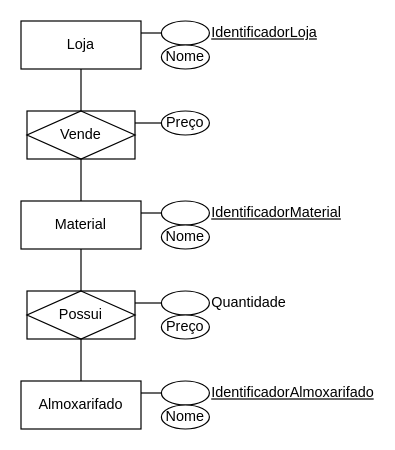
Before: page "Diagrama entidade-relacionamento" (2 of 3) of modelagem/Arquitetura do banco.drawio in MatheusHenrickSantos/SIGMA-UnB, a draw.io diagram. Source tidied: cells renumbered, new cells numbered last; positions are measured from the earlier drawing's top-left corner, leaving out a move shared by most shapes. Both pictures are drawn from the tidied source at 120%, with x=0, y=0 at pixel (20, 20).
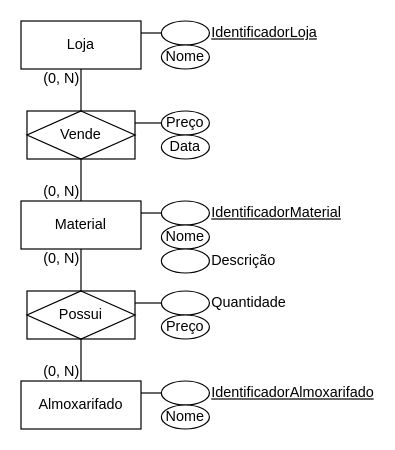
The same page after the edit.

Unchanged cells that the change refers to:
```xml
<mxCell id="2" value="Material" style="whiteSpace=wrap;html=1;align=center;" parent="1" vertex="1">
  <mxGeometry y="150" width="100" height="40" as="geometry" />
</mxCell>
<mxCell id="5" value="Almoxarifado" style="whiteSpace=wrap;html=1;align=center;" parent="1" vertex="1">
  <mxGeometry y="300" width="100" height="40" as="geometry" />
</mxCell>
<mxCell id="13" value="Vende" style="shape=associativeEntity;whiteSpace=wrap;html=1;align=center;" parent="1" vertex="1">
  <mxGeometry x="5" y="75" width="90" height="40" as="geometry" />
</mxCell>
<mxCell id="14" value="Loja" style="whiteSpace=wrap;html=1;align=center;" parent="1" vertex="1">
  <mxGeometry width="100" height="40" as="geometry" />
</mxCell>
<mxCell id="21" value="Possui" style="shape=associativeEntity;whiteSpace=wrap;html=1;align=center;" parent="1" vertex="1">
  <mxGeometry x="5" y="225" width="90" height="40" as="geometry" />
</mxCell>
```

The edit, as a diff of the source:
```diff
@@
-    <mxCell id="11" style="rounded=0;jettySize=auto;html=1;exitX=0.5;exitY=1;exitDx=0;exitDy=0;entryX=0.5;entryY=0;entryDx=0;entryDy=0;endArrow=none;endFill=0;" parent="1" edge="1" source="21" target="5">
-      <mxGeometry relative="1" as="geometry" />
-    </mxCell>
-    <mxCell id="12" style="rounded=0;jettySize=auto;html=1;exitX=0.5;exitY=0;exitDx=0;exitDy=0;entryX=0.5;entryY=1;entryDx=0;entryDy=0;endArrow=none;endFill=0;" parent="1" edge="1" source="21" target="2">
-      <mxGeometry relative="1" as="geometry" />
-    </mxCell>
@@
-    <mxCell id="15" style="rounded=0;jettySize=auto;html=1;exitX=0.5;exitY=1;exitDx=0;exitDy=0;entryX=0.5;entryY=0;entryDx=0;entryDy=0;endArrow=none;endFill=0;" parent="1" edge="1" source="14" target="13">
-      <mxGeometry relative="1" as="geometry" />
-    </mxCell>
-    <mxCell id="16" style="rounded=0;jettySize=auto;html=1;exitX=0.5;exitY=1;exitDx=0;exitDy=0;entryX=0.5;entryY=0;entryDx=0;entryDy=0;endArrow=none;endFill=0;" parent="1" edge="1" source="13" target="2">
-      <mxGeometry relative="1" as="geometry" />
-    </mxCell>
@@
+    <mxCell id="25" style="endArrow=none;html=1;rounded=0;entryX=0.5;entryY=1;entryDx=0;entryDy=0;exitX=0.5;exitY=0;exitDx=0;exitDy=0;verticalAlign=bottom;" parent="1" edge="1" source="13" target="14">
+      <mxGeometry relative="1" as="geometry" />
+    </mxCell>
+    <mxCell id="26" value="(0,&amp;nbsp;&lt;span style=&quot;background-color: transparent; color: light-dark(rgb(0, 0, 0), rgb(255, 255, 255));&quot;&gt;N)&lt;/span&gt;" style="html=1;whiteSpace=wrap;align=right;verticalAlign=top;spacing=2;spacingTop=-6;" parent="25" vertex="1">
+      <mxGeometry x="1" relative="1" as="geometry" />
+    </mxCell>
+    <mxCell id="16" style="endArrow=none;html=1;rounded=0;entryX=0.5;entryY=0;entryDx=0;entryDy=0;exitX=0.5;exitY=1;exitDx=0;exitDy=0;verticalAlign=bottom;" parent="1" edge="1" source="13" target="2">
+      <mxGeometry relative="1" as="geometry" />
+    </mxCell>
+    <mxCell id="27" value="(0,&amp;nbsp;&lt;span style=&quot;background-color: transparent; color: light-dark(rgb(0, 0, 0), rgb(255, 255, 255));&quot;&gt;N)&lt;/span&gt;" style="html=1;whiteSpace=wrap;align=right;verticalAlign=bottom;spacing=2;spacingTop=0;" parent="16" vertex="1">
+      <mxGeometry x="1" relative="1" as="geometry" />
+    </mxCell>
+    <mxCell id="11" style="endArrow=none;html=1;rounded=0;entryX=0.5;entryY=0;entryDx=0;entryDy=0;exitX=0.5;exitY=1;exitDx=0;exitDy=0;verticalAlign=bottom;" parent="1" edge="1" source="21" target="5">
+      <mxGeometry relative="1" as="geometry" />
+    </mxCell>
+    <mxCell id="28" value="(0,&amp;nbsp;&lt;span style=&quot;background-color: transparent; color: light-dark(rgb(0, 0, 0), rgb(255, 255, 255));&quot;&gt;N)&lt;/span&gt;" style="html=1;whiteSpace=wrap;align=right;verticalAlign=bottom;spacing=2;spacingTop=0;" parent="11" vertex="1">
+      <mxGeometry x="1" relative="1" as="geometry" />
+    </mxCell>
+    <mxCell id="12" style="endArrow=none;html=1;rounded=0;entryX=0.5;entryY=1;entryDx=0;entryDy=0;exitX=0.5;exitY=0;exitDx=0;exitDy=0;verticalAlign=bottom;" parent="1" edge="1" source="21" target="2">
+      <mxGeometry relative="1" as="geometry" />
+    </mxCell>
+    <mxCell id="29" value="(0,&amp;nbsp;&lt;span style=&quot;background-color: transparent; color: light-dark(rgb(0, 0, 0), rgb(255, 255, 255));&quot;&gt;N)&lt;/span&gt;" style="html=1;whiteSpace=wrap;align=right;verticalAlign=top;spacing=2;spacingTop=-6;" parent="12" vertex="1">
+      <mxGeometry x="1" relative="1" as="geometry" />
+    </mxCell>
+    <mxCell id="30" value="Data" style="ellipse;whiteSpace=wrap;html=1;align=center;" parent="1" vertex="1">
+      <mxGeometry x="117" y="95" width="40" height="20" as="geometry" />
+    </mxCell>
+    <mxCell id="31" value="Descrição" style="ellipse;whiteSpace=wrap;html=1;align=left;labelPosition=right;verticalLabelPosition=middle;verticalAlign=middle;" parent="1" vertex="1">
+      <mxGeometry x="117" y="190" width="40" height="20" as="geometry" />
+    </mxCell>
```
